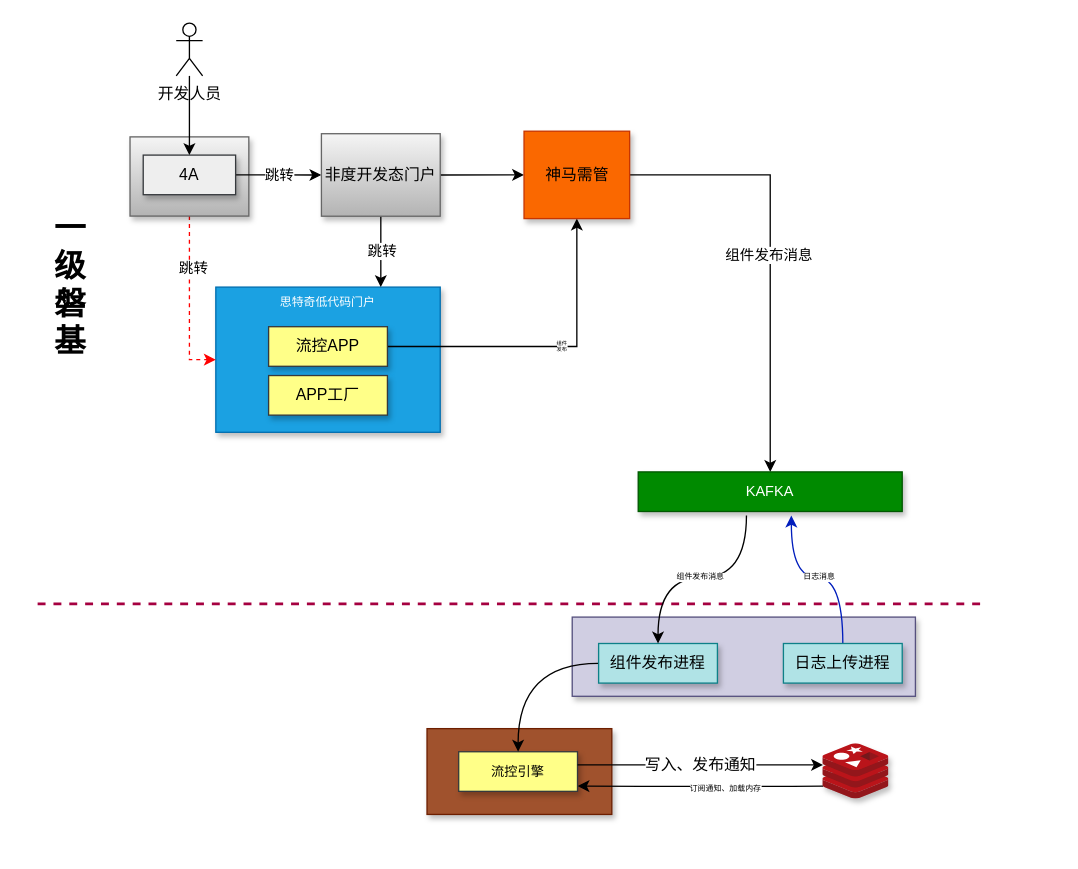
Above: page "集成架构" (8 of 8) of 流控.drawio in qymmdj/draw-io (draw.io), before the change. Source tidied: cells renumbered, new cells numbered last; positions are measured from the earlier drawing's top-left corner, leaving out a move shared by most shapes. Both pictures are drawn from the tidied source at 132%, with x=0, y=0 at pixel (30, 22).
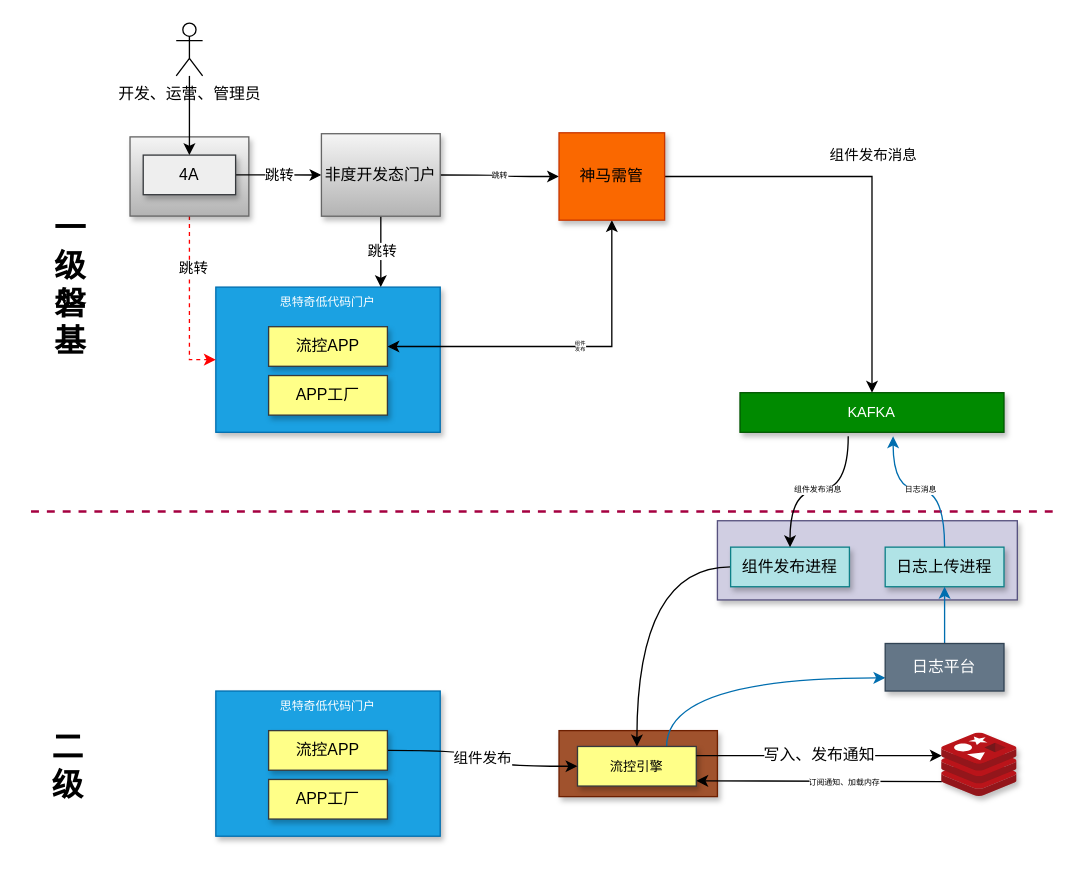
Above is the later version.

Unchanged cells that the change refers to:
```xml
<mxCell id="12" value="流控APP" style="rounded=0;whiteSpace=wrap;html=1;shadow=1;fillColor=#ffff88;strokeColor=#36393d;fontSize=12;" parent="1" vertex="1">
  <mxGeometry x="180" y="230" width="90" height="30" as="geometry" />
</mxCell>
<mxCell id="22" value="非度开发态门户" style="rounded=0;whiteSpace=wrap;html=1;verticalAlign=middle;fillColor=#f5f5f5;strokeColor=#666666;shadow=1;gradientColor=#b3b3b3;" parent="1" vertex="1">
  <mxGeometry x="220" y="83.8" width="90" height="62.5" as="geometry" />
</mxCell>
<mxCell id="23" style="edgeStyle=orthogonalEdgeStyle;rounded=0;jettySize=auto;html=1;fontSize=11;fontColor=#000000;strokeColor=#000000;entryX=0.5;entryY=0;entryDx=0;entryDy=0;" parent="1" edge="1" source="25" target="27">
  <mxGeometry relative="1" as="geometry" />
</mxCell>
```

Change to the diagram source:
```diff
@@
     <mxCell id="2" style="rounded=0;whiteSpace=wrap;html=1;fillColor=#a0522d;strokeColor=#6D1F00;shadow=1;verticalAlign=middle;fontColor=#ffffff;fontSize=9;align=center;" parent="1" vertex="1">
-      <mxGeometry x="300" y="534.5" width="140" height="65" as="geometry" />
+      <mxGeometry x="400" y="536" width="120" height="50" as="geometry" />
     </mxCell>
     <mxCell id="3" style="edgeStyle=orthogonalEdgeStyle;curved=1;rounded=0;jettySize=auto;html=1;fontSize=6;fontColor=#000000;startArrow=classic;startFill=1;endArrow=none;endFill=0;strokeColor=#000000;strokeWidth=1;entryX=0;entryY=0.762;entryDx=0;entryDy=0;entryPerimeter=0;" parent="1" edge="1" target="30">
       <mxGeometry relative="1" as="geometry">
-        <mxPoint x="414" y="578" as="sourcePoint" />
+        <mxPoint x="504" y="574" as="sourcePoint" />
       </mxGeometry>
     </mxCell>
@@
+    <mxCell id="34" style="rounded=0;jettySize=auto;html=1;entryX=0;entryY=0.5;entryDx=0;entryDy=0;exitX=0.75;exitY=0;exitDx=0;exitDy=0;edgeStyle=orthogonalEdgeStyle;curved=1;fillColor=#1ba1e2;strokeColor=#006EAF;" parent="1" edge="1" source="5">
+      <mxGeometry relative="1" as="geometry">
+        <mxPoint x="647.2" y="496" as="targetPoint" />
+        <Array as="points">
+          <mxPoint x="482" y="496" />
+        </Array>
+      </mxGeometry>
+    </mxCell>
     <mxCell id="5" value="&lt;font size=&quot;1&quot;&gt;流控引擎&lt;/font&gt;" style="rounded=0;whiteSpace=wrap;html=1;shadow=1;fillColor=#ffff88;strokeColor=#36393d;fontSize=12;fontColor=#000000;" parent="1" vertex="1">
-      <mxGeometry x="324" y="552" width="90" height="30" as="geometry" />
+      <mxGeometry x="414" y="548" width="90" height="30" as="geometry" />
     </mxCell>
     <mxCell id="6" style="rounded=0;whiteSpace=wrap;html=1;fillColor=#d0cee2;strokeColor=#56517e;shadow=1;verticalAlign=middle;fontSize=9;align=center;" parent="1" vertex="1">
-      <mxGeometry x="410" y="450" width="260" height="60" as="geometry" />
+      <mxGeometry x="520" y="377" width="227.2" height="60" as="geometry" />
     </mxCell>
@@
     <mxCell id="8" value="组件发布进程" style="rounded=0;whiteSpace=wrap;html=1;shadow=1;fillColor=#b0e3e6;strokeColor=#0e8088;fontSize=12;" parent="1" vertex="1">
-      <mxGeometry x="430" y="470" width="90" height="30" as="geometry" />
+      <mxGeometry x="530" y="397" width="90" height="30" as="geometry" />
     </mxCell>
     <mxCell id="9" style="endArrow=none;html=1;rounded=0;fontSize=11;fontColor=#000000;strokeColor=#A50040;fillColor=#d80073;dashed=1;strokeWidth=2;" parent="1" edge="1">
       <mxGeometry relative="1" as="geometry">
-        <mxPoint x="5" y="440" as="sourcePoint" />
-        <mxPoint x="725" y="440" as="targetPoint" />
+        <mxPoint y="370" as="sourcePoint" />
+        <mxPoint x="775" y="370" as="targetPoint" />
       </mxGeometry>
     </mxCell>
@@
-    <mxCell id="11" value="&lt;font color=&quot;#000000&quot;&gt;组件&lt;br&gt;发布&lt;/font&gt;" style="edgeStyle=orthogonalEdgeStyle;rounded=0;jettySize=auto;html=1;fontSize=4;fontColor=#FFFFFF;strokeColor=#000000;startArrow=none;startFill=0;" parent="1" edge="1" source="12" target="25">
+    <mxCell id="11" value="&lt;font color=&quot;#000000&quot;&gt;组件&lt;br&gt;发布&lt;/font&gt;" style="edgeStyle=orthogonalEdgeStyle;rounded=0;jettySize=auto;html=1;fontSize=4;fontColor=#FFFFFF;strokeColor=#000000;startArrow=classic;startFill=1;" parent="1" edge="1" source="12" target="25">
       <mxGeometry x="0.09" relative="1" as="geometry">
         <mxPoint x="1" as="offset" />
       </mxGeometry>
     </mxCell>
@@
-    <mxCell id="19" value="开发人员" style="shape=umlActor;verticalLabelPosition=bottom;verticalAlign=top;html=1;outlineConnect=0;" parent="1" vertex="1">
+    <mxCell id="19" value="开发、运营、管理员" style="shape=umlActor;verticalLabelPosition=bottom;verticalAlign=top;html=1;outlineConnect=0;" parent="1" vertex="1">
       <mxGeometry x="110" width="20" height="40" as="geometry" />
     </mxCell>
@@
-    <mxCell id="21" style="edgeStyle=orthogonalEdgeStyle;curved=1;rounded=0;jettySize=auto;html=1;fontSize=6;fontColor=#000000;startArrow=none;startFill=0;endArrow=classic;endFill=1;strokeColor=#000000;strokeWidth=1;" parent="1" edge="1" source="22" target="25">
+    <mxCell id="21" value="跳转" style="edgeStyle=orthogonalEdgeStyle;curved=1;rounded=0;jettySize=auto;html=1;fontSize=6;fontColor=#000000;startArrow=none;startFill=0;endArrow=classic;endFill=1;strokeColor=#000000;strokeWidth=1;" parent="1" edge="1" source="22" target="25">
       <mxGeometry relative="1" as="geometry" />
     </mxCell>
@@
     <mxCell id="24" value="组件发布消息" style="edgeLabel;html=1;align=center;verticalAlign=middle;fontSize=11;fontColor=#000000;" parent="23" vertex="1">
-      <mxGeometry x="0.01" y="-2" relative="1" as="geometry" />
+      <mxGeometry x="0.01" y="-2" relative="1" as="geometry">
+        <mxPoint x="2" y="-22" as="offset" />
+      </mxGeometry>
     </mxCell>
     <mxCell id="25" value="神马需管" style="rounded=0;whiteSpace=wrap;html=1;verticalAlign=middle;fillColor=#fa6800;fontColor=#000000;strokeColor=#C73500;shadow=1;" parent="1" vertex="1">
-      <mxGeometry x="373.5" y="81.9" width="80" height="66.2" as="geometry" />
+      <mxGeometry x="400" y="83.1" width="80" height="66.2" as="geometry" />
     </mxCell>
@@
     <mxCell id="27" value="KAFKA" style="rounded=0;whiteSpace=wrap;html=1;shadow=1;fontSize=11;fontColor=#ffffff;fillColor=#008a00;strokeColor=#005700;" parent="1" vertex="1">
-      <mxGeometry x="460" y="340" width="200" height="30" as="geometry" />
+      <mxGeometry x="537.1" y="280" width="200" height="30" as="geometry" />
     </mxCell>
@@
     <mxCell id="29" value="写入、发布通知" style="edgeStyle=orthogonalEdgeStyle;curved=1;rounded=0;orthogonalLoop=1;jettySize=auto;html=1;fontSize=12;fontColor=#000000;startArrow=classic;startFill=1;endArrow=none;endFill=0;strokeColor=#000000;strokeWidth=1;entryX=1;entryY=0.5;entryDx=0;entryDy=0;" parent="1" edge="1">
       <mxGeometry relative="1" as="geometry">
-        <mxPoint x="600" y="562" as="sourcePoint" />
-        <mxPoint x="414" y="562" as="targetPoint" />
+        <mxPoint x="690" y="555" as="sourcePoint" />
+        <mxPoint x="504" y="555" as="targetPoint" />
       </mxGeometry>
     </mxCell>
     <mxCell id="30" style="sketch=0;html=1;points=[];align=center;image;fontSize=12;image=img/lib/mscae/Cache_Redis_Product.svg;shadow=1;fontColor=#000000;" parent="1" vertex="1">
-      <mxGeometry x="600" y="546" width="50" height="42" as="geometry" />
+      <mxGeometry x="690" y="538" width="57.1" height="48" as="geometry" />
     </mxCell>
-    <mxCell id="31" value="日志消息" style="edgeStyle=orthogonalEdgeStyle;curved=1;rounded=0;jettySize=auto;html=1;fontSize=6;fontColor=#000000;startArrow=none;startFill=0;endArrow=classic;endFill=1;strokeColor=#001DBC;strokeWidth=1;fillColor=#0050ef;entryX=0.58;entryY=1.1;entryDx=0;entryDy=0;entryPerimeter=0;" parent="1" edge="1" source="32" target="27">
+    <mxCell id="31" value="日志消息" style="edgeStyle=orthogonalEdgeStyle;curved=1;rounded=0;jettySize=auto;html=1;fontSize=6;fontColor=#000000;startArrow=none;startFill=0;endArrow=classic;endFill=1;strokeColor=#006EAF;strokeWidth=1;fillColor=#1ba1e2;entryX=0.58;entryY=1.1;entryDx=0;entryDy=0;entryPerimeter=0;" parent="1" edge="1" source="32" target="27">
       <mxGeometry relative="1" as="geometry" />
     </mxCell>
     <mxCell id="32" value="日志上传进程" style="rounded=0;whiteSpace=wrap;html=1;shadow=1;fillColor=#b0e3e6;strokeColor=#0e8088;fontSize=12;" parent="1" vertex="1">
-      <mxGeometry x="570" y="470" width="90" height="30" as="geometry" />
+      <mxGeometry x="647.1" y="397" width="90" height="30" as="geometry" />
     </mxCell>
@@
+    <mxCell id="35" value="思特奇低代码门户" style="rounded=0;whiteSpace=wrap;html=1;fillColor=#1ba1e2;strokeColor=#006EAF;shadow=1;verticalAlign=top;fontColor=#ffffff;fontSize=9;align=center;" parent="1" vertex="1">
+      <mxGeometry x="140" y="506" width="170" height="110" as="geometry" />
+    </mxCell>
+    <mxCell id="36" value="组件发布" style="edgeStyle=orthogonalEdgeStyle;rounded=0;jettySize=auto;html=1;exitX=1;exitY=0.5;exitDx=0;exitDy=0;entryX=0;entryY=0.5;entryDx=0;entryDy=0;curved=1;" parent="1" edge="1" source="37" target="5">
+      <mxGeometry relative="1" as="geometry" />
+    </mxCell>
+    <mxCell id="37" value="流控APP" style="rounded=0;whiteSpace=wrap;html=1;shadow=1;fillColor=#ffff88;strokeColor=#36393d;fontSize=12;" parent="1" vertex="1">
+      <mxGeometry x="180" y="536" width="90" height="30" as="geometry" />
+    </mxCell>
+    <mxCell id="38" value="APP工厂" style="rounded=0;whiteSpace=wrap;html=1;shadow=1;fillColor=#ffff88;strokeColor=#36393d;fontSize=12;" parent="1" vertex="1">
+      <mxGeometry x="180" y="573" width="90" height="30" as="geometry" />
+    </mxCell>
+    <mxCell id="39" style="edgeStyle=orthogonalEdgeStyle;curved=1;rounded=0;jettySize=auto;html=1;entryX=0.5;entryY=1;entryDx=0;entryDy=0;fillColor=#1ba1e2;strokeColor=#006EAF;" parent="1" edge="1" source="40" target="32">
+      <mxGeometry relative="1" as="geometry" />
+    </mxCell>
+    <mxCell id="40" value="日志平台" style="rounded=0;whiteSpace=wrap;html=1;shadow=1;fillColor=#647687;strokeColor=#314354;fontColor=#ffffff;" parent="1" vertex="1">
+      <mxGeometry x="647.1" y="470" width="90" height="36" as="geometry" />
+    </mxCell>
+    <mxCell id="41" value="二&lt;br&gt;级&lt;br&gt;" style="text;html=1;strokeColor=none;fillColor=none;align=center;verticalAlign=middle;whiteSpace=wrap;rounded=0;shadow=1;fontSize=24;fontColor=#000000;horizontal=1;fontStyle=1;" parent="1" vertex="1">
+      <mxGeometry x="-2" y="548" width="60" height="30" as="geometry" />
+    </mxCell>
+    <mxCell id="42" style="edgeStyle=orthogonalEdgeStyle;curved=1;rounded=0;orthogonalLoop=1;jettySize=auto;html=1;exitX=0.5;exitY=1;exitDx=0;exitDy=0;startArrow=classic;startFill=1;" parent="1" edge="1" source="41" target="41">
+      <mxGeometry relative="1" as="geometry" />
+    </mxCell>
```
